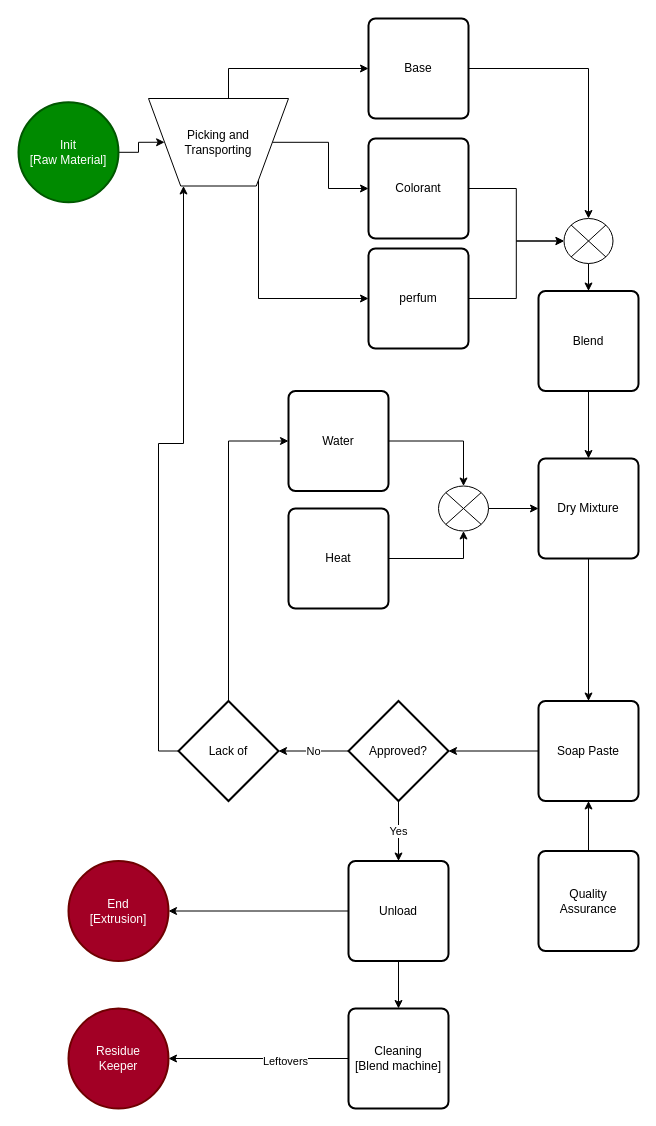
Above: page "Mixture_Process" (2 of 3) of Soap_Factory.drawio in hrosan/Teste (draw.io), before the change. Source tidied: cells renumbered, new cells numbered last; positions are measured from the earlier drawing's top-left corner, leaving out a move shared by most shapes. Both pictures are drawn from the tidied source at 100%, with x=0, y=0 at pixel (18, 18).
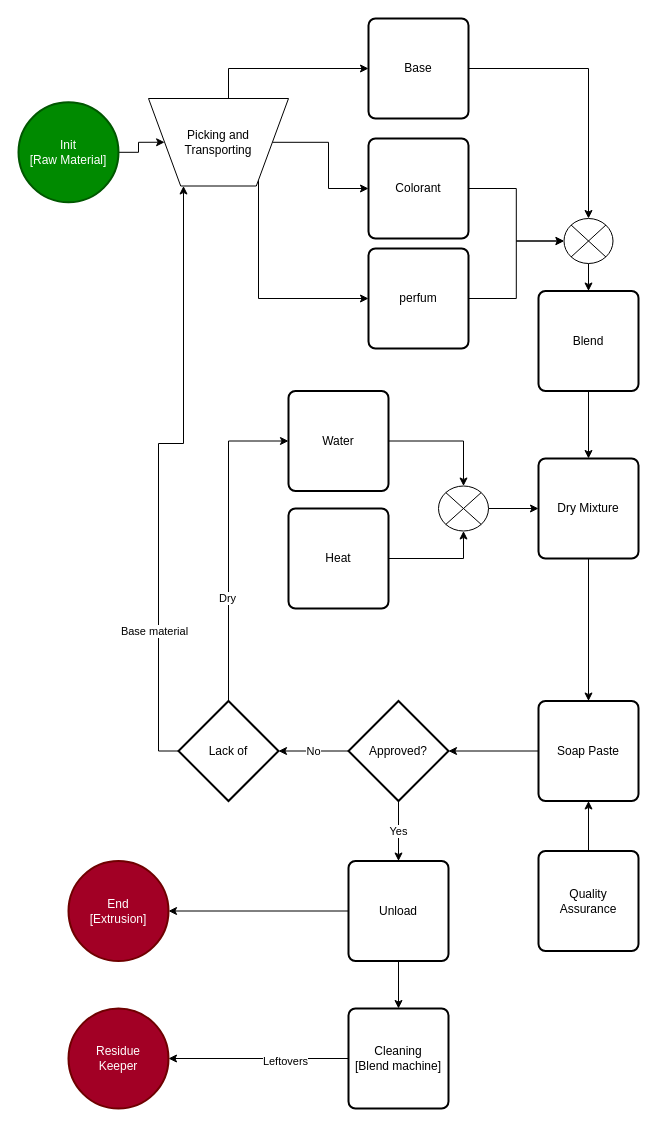
Above is the later version.

The change refers to these unchanged cells:
```xml
<mxCell id="32" style="edgeStyle=orthogonalEdgeStyle;rounded=0;jettySize=auto;html=1;entryX=0;entryY=0.5;entryDx=0;entryDy=0;" parent="1" edge="1" source="34" target="17">
  <mxGeometry relative="1" as="geometry">
    <Array as="points">
      <mxPoint x="210" y="423" />
    </Array>
  </mxGeometry>
</mxCell>
<mxCell id="33" style="edgeStyle=orthogonalEdgeStyle;rounded=0;jettySize=auto;html=1;exitX=0;exitY=0.5;exitDx=0;exitDy=0;exitPerimeter=0;entryX=0.25;entryY=1;entryDx=0;entryDy=0;" parent="1" edge="1" source="34" target="39">
  <mxGeometry relative="1" as="geometry" />
</mxCell>
```

Change to the diagram source:
```diff
@@
+    <mxCell id="44" value="Dry" style="edgeLabel;html=1;align=center;verticalAlign=middle;" parent="32" vertex="1">
+      <mxGeometry x="-0.36" y="2" relative="1" as="geometry">
+        <mxPoint y="-1" as="offset" />
+      </mxGeometry>
+    </mxCell>
@@
+    <mxCell id="45" value="Base material" style="edgeLabel;html=1;align=center;verticalAlign=middle;" parent="33" vertex="1">
+      <mxGeometry x="-0.54" y="5" relative="1" as="geometry" />
+    </mxCell>
```
